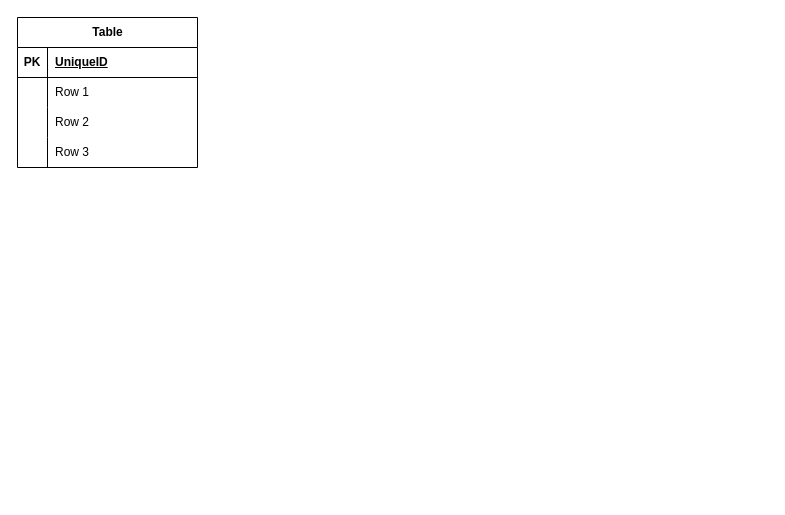
This is session-01/drawio/[ Khá ] Hệ thống Quản lý Đăng ký Môn học Đại học.drawio from DungDev12/JB-IOC-PTHB260407, a draw.io file, before an edit. Source tidied: cells renumbered, new cells numbered last; positions are measured from the earlier drawing's top-left corner, leaving out a move shared by most shapes. Both pictures are drawn from the tidied source at 100%, with x=0, y=0 at pixel (17, 17).
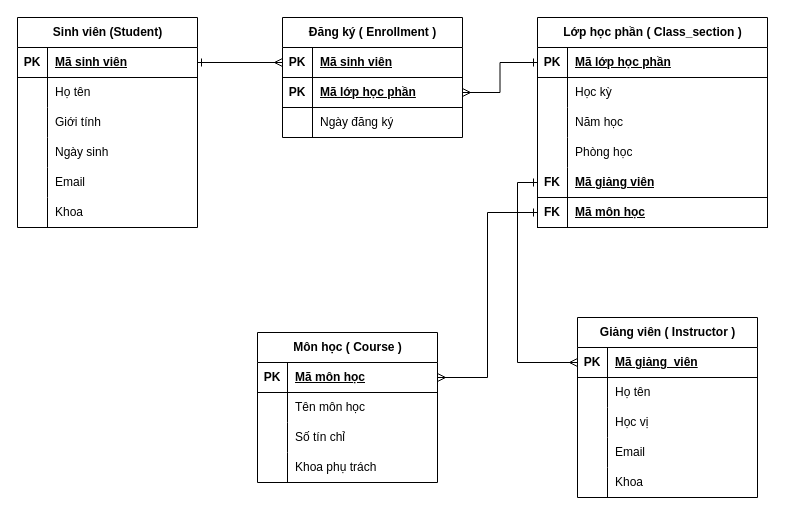
The same page after the edit.

Commit message (it also covers changes not shown here):
Pust homework session 01

Unchanged cells that the change refers to:
```xml
<mxCell id="3" style="shape=tableRow;horizontal=0;startSize=0;swimlaneHead=0;swimlaneBody=0;fillColor=none;points=[[0,0.5],[1,0.5]];portConstraint=eastwest;top=0;left=0;right=0;bottom=1;" parent="2" vertex="1">
  <mxGeometry y="30" width="180" height="30" as="geometry" />
</mxCell>
<mxCell id="6" style="shape=tableRow;horizontal=0;startSize=0;swimlaneHead=0;swimlaneBody=0;fillColor=none;top=0;left=0;right=0;bottom=0;" parent="2" vertex="1">
  <mxGeometry y="60" width="180" height="30" as="geometry" />
</mxCell>
<mxCell id="9" style="shape=tableRow;horizontal=0;startSize=0;swimlaneHead=0;swimlaneBody=0;fillColor=none;top=0;left=0;right=0;bottom=0;" parent="2" vertex="1">
  <mxGeometry y="90" width="180" height="30" as="geometry" />
</mxCell>
<mxCell id="12" style="shape=tableRow;horizontal=0;startSize=0;swimlaneHead=0;swimlaneBody=0;fillColor=none;top=0;left=0;right=0;bottom=0;" parent="2" vertex="1">
  <mxGeometry y="120" width="180" height="30" as="geometry" />
</mxCell>
```

What changed in the source:
```diff
@@
+    <mxCell id="15" value="Môn học ( Course )" style="shape=table;startSize=30;childLayout=tableLayout;rowLines=0;fontStyle=1;align=center;html=1;miterlimit=5;" parent="1" vertex="1">
+      <mxGeometry x="240" y="315" width="180" height="150" as="geometry" />
+    </mxCell>
+    <mxCell id="16" style="shape=tableRow;horizontal=0;startSize=0;swimlaneHead=0;swimlaneBody=0;fillColor=none;points=[[0,0.5],[1,0.5]];portConstraint=eastwest;top=0;left=0;right=0;bottom=1;" parent="15" vertex="1">
+      <mxGeometry y="30" width="180" height="30" as="geometry" />
+    </mxCell>
+    <mxCell id="17" value="PK" style="shape=partialRectangle;fillColor=none;top=0;left=0;bottom=0;right=0;fontStyle=1;overflow=hidden;whiteSpace=wrap;html=1;" parent="16" vertex="1">
+      <mxGeometry width="30" height="30" as="geometry" />
+    </mxCell>
+    <mxCell id="18" value="Mã môn học" style="shape=partialRectangle;fillColor=none;top=0;left=0;bottom=0;right=0;align=left;spacingLeft=6;fontStyle=5;overflow=hidden;whiteSpace=wrap;html=1;" parent="16" vertex="1">
+      <mxGeometry x="30" width="150" height="30" as="geometry" />
+    </mxCell>
+    <mxCell id="19" style="shape=tableRow;horizontal=0;startSize=0;swimlaneHead=0;swimlaneBody=0;fillColor=none;top=0;left=0;right=0;bottom=0;" parent="15" vertex="1">
+      <mxGeometry y="60" width="180" height="30" as="geometry" />
+    </mxCell>
+    <mxCell id="20" style="shape=partialRectangle;fillColor=none;top=0;left=0;bottom=0;right=0;overflow=hidden;whiteSpace=wrap;html=1;" parent="19" vertex="1">
+      <mxGeometry width="30" height="30" as="geometry" />
+    </mxCell>
+    <mxCell id="21" value="Tên môn học" style="shape=partialRectangle;fillColor=none;top=0;left=0;bottom=0;right=0;align=left;spacingLeft=6;overflow=hidden;whiteSpace=wrap;html=1;" parent="19" vertex="1">
+      <mxGeometry x="30" width="150" height="30" as="geometry" />
+    </mxCell>
+    <mxCell id="22" style="shape=tableRow;horizontal=0;startSize=0;swimlaneHead=0;swimlaneBody=0;fillColor=none;top=0;left=0;right=0;bottom=0;" parent="15" vertex="1">
+      <mxGeometry y="90" width="180" height="30" as="geometry" />
+    </mxCell>
+    <mxCell id="23" style="shape=partialRectangle;fillColor=none;top=0;left=0;bottom=0;right=0;overflow=hidden;whiteSpace=wrap;html=1;" parent="22" vertex="1">
+      <mxGeometry width="30" height="30" as="geometry" />
+    </mxCell>
+    <mxCell id="24" value="Số tín chỉ" style="shape=partialRectangle;fillColor=none;top=0;left=0;bottom=0;right=0;align=left;spacingLeft=6;overflow=hidden;whiteSpace=wrap;html=1;" parent="22" vertex="1">
+      <mxGeometry x="30" width="150" height="30" as="geometry" />
+    </mxCell>
+    <mxCell id="25" style="shape=tableRow;horizontal=0;startSize=0;swimlaneHead=0;swimlaneBody=0;fillColor=none;top=0;left=0;right=0;bottom=0;" parent="15" vertex="1">
+      <mxGeometry y="120" width="180" height="30" as="geometry" />
+    </mxCell>
+    <mxCell id="26" style="shape=partialRectangle;fillColor=none;top=0;left=0;bottom=0;right=0;overflow=hidden;whiteSpace=wrap;html=1;" parent="25" vertex="1">
+      <mxGeometry width="30" height="30" as="geometry" />
+    </mxCell>
+    <mxCell id="27" value="Khoa phụ trách" style="shape=partialRectangle;fillColor=none;top=0;left=0;bottom=0;right=0;align=left;spacingLeft=6;overflow=hidden;whiteSpace=wrap;html=1;" parent="25" vertex="1">
+      <mxGeometry x="30" width="150" height="30" as="geometry" />
+    </mxCell>
+    <mxCell id="28" value="Giảng viên ( Instructor )" style="shape=table;startSize=30;childLayout=tableLayout;rowLines=0;fontStyle=1;align=center;html=1;miterlimit=5;" parent="1" vertex="1">
+      <mxGeometry x="560" y="300" width="180" height="180" as="geometry" />
+    </mxCell>
+    <mxCell id="29" style="shape=tableRow;horizontal=0;startSize=0;swimlaneHead=0;swimlaneBody=0;fillColor=none;points=[[0,0.5],[1,0.5]];portConstraint=eastwest;top=0;left=0;right=0;bottom=1;" parent="28" vertex="1">
+      <mxGeometry y="30" width="180" height="30" as="geometry" />
+    </mxCell>
+    <mxCell id="30" value="PK" style="shape=partialRectangle;fillColor=none;top=0;left=0;bottom=0;right=0;fontStyle=1;overflow=hidden;whiteSpace=wrap;html=1;" parent="29" vertex="1">
+      <mxGeometry width="30" height="30" as="geometry" />
+    </mxCell>
+    <mxCell id="31" value="Mã giảng&amp;nbsp; viên" style="shape=partialRectangle;fillColor=none;top=0;left=0;bottom=0;right=0;align=left;spacingLeft=6;fontStyle=5;overflow=hidden;whiteSpace=wrap;html=1;" parent="29" vertex="1">
+      <mxGeometry x="30" width="150" height="30" as="geometry" />
+    </mxCell>
+    <mxCell id="32" style="shape=tableRow;horizontal=0;startSize=0;swimlaneHead=0;swimlaneBody=0;fillColor=none;top=0;left=0;right=0;bottom=0;" parent="28" vertex="1">
+      <mxGeometry y="60" width="180" height="30" as="geometry" />
+    </mxCell>
+    <mxCell id="33" style="shape=partialRectangle;fillColor=none;top=0;left=0;bottom=0;right=0;overflow=hidden;whiteSpace=wrap;html=1;" parent="32" vertex="1">
+      <mxGeometry width="30" height="30" as="geometry" />
+    </mxCell>
+    <mxCell id="34" value="Họ tên" style="shape=partialRectangle;fillColor=none;top=0;left=0;bottom=0;right=0;align=left;spacingLeft=6;overflow=hidden;whiteSpace=wrap;html=1;" parent="32" vertex="1">
+      <mxGeometry x="30" width="150" height="30" as="geometry" />
+    </mxCell>
+    <mxCell id="35" style="shape=tableRow;horizontal=0;startSize=0;swimlaneHead=0;swimlaneBody=0;fillColor=none;top=0;left=0;right=0;bottom=0;" parent="28" vertex="1">
+      <mxGeometry y="90" width="180" height="30" as="geometry" />
+    </mxCell>
+    <mxCell id="36" style="shape=partialRectangle;fillColor=none;top=0;left=0;bottom=0;right=0;overflow=hidden;whiteSpace=wrap;html=1;" parent="35" vertex="1">
+      <mxGeometry width="30" height="30" as="geometry" />
+    </mxCell>
+    <mxCell id="37" value="Học vị" style="shape=partialRectangle;fillColor=none;top=0;left=0;bottom=0;right=0;align=left;spacingLeft=6;overflow=hidden;whiteSpace=wrap;html=1;" parent="35" vertex="1">
+      <mxGeometry x="30" width="150" height="30" as="geometry" />
+    </mxCell>
+    <mxCell id="38" style="shape=tableRow;horizontal=0;startSize=0;swimlaneHead=0;swimlaneBody=0;fillColor=none;top=0;left=0;right=0;bottom=0;" parent="28" vertex="1">
+      <mxGeometry y="120" width="180" height="30" as="geometry" />
+    </mxCell>
+    <mxCell id="39" style="shape=partialRectangle;fillColor=none;top=0;left=0;bottom=0;right=0;overflow=hidden;whiteSpace=wrap;html=1;" parent="38" vertex="1">
+      <mxGeometry width="30" height="30" as="geometry" />
+    </mxCell>
+    <mxCell id="40" value="Email" style="shape=partialRectangle;fillColor=none;top=0;left=0;bottom=0;right=0;align=left;spacingLeft=6;overflow=hidden;whiteSpace=wrap;html=1;" parent="38" vertex="1">
+      <mxGeometry x="30" width="150" height="30" as="geometry" />
+    </mxCell>
+    <mxCell id="41" style="shape=tableRow;horizontal=0;startSize=0;swimlaneHead=0;swimlaneBody=0;fillColor=none;top=0;left=0;right=0;bottom=0;" parent="28" vertex="1">
+      <mxGeometry y="150" width="180" height="30" as="geometry" />
+    </mxCell>
+    <mxCell id="42" style="shape=partialRectangle;fillColor=none;top=0;left=0;bottom=0;right=0;overflow=hidden;whiteSpace=wrap;html=1;" parent="41" vertex="1">
+      <mxGeometry width="30" height="30" as="geometry" />
+    </mxCell>
+    <mxCell id="43" value="Khoa" style="shape=partialRectangle;fillColor=none;top=0;left=0;bottom=0;right=0;align=left;spacingLeft=6;overflow=hidden;whiteSpace=wrap;html=1;" parent="41" vertex="1">
+      <mxGeometry x="30" width="150" height="30" as="geometry" />
+    </mxCell>
+    <mxCell id="44" value="Lớp học phần ( Class_section )" style="shape=table;startSize=30;childLayout=tableLayout;rowLines=0;fontStyle=1;align=center;html=1;miterlimit=5;" parent="1" vertex="1">
+      <mxGeometry x="520" width="230" height="210" as="geometry" />
+    </mxCell>
+    <mxCell id="45" style="shape=tableRow;horizontal=0;startSize=0;swimlaneHead=0;swimlaneBody=0;fillColor=none;points=[[0,0.5],[1,0.5]];portConstraint=eastwest;top=0;left=0;right=0;bottom=1;" parent="44" vertex="1">
+      <mxGeometry y="30" width="230" height="30" as="geometry" />
+    </mxCell>
+    <mxCell id="46" value="PK" style="shape=partialRectangle;fillColor=none;top=0;left=0;bottom=0;right=0;fontStyle=1;overflow=hidden;whiteSpace=wrap;html=1;" parent="45" vertex="1">
+      <mxGeometry width="30" height="30" as="geometry" />
+    </mxCell>
+    <mxCell id="47" value="Mã lớp học phần" style="shape=partialRectangle;fillColor=none;top=0;left=0;bottom=0;right=0;align=left;spacingLeft=6;fontStyle=5;overflow=hidden;whiteSpace=wrap;html=1;" parent="45" vertex="1">
+      <mxGeometry x="30" width="200" height="30" as="geometry" />
+    </mxCell>
+    <mxCell id="48" style="shape=tableRow;horizontal=0;startSize=0;swimlaneHead=0;swimlaneBody=0;fillColor=none;top=0;left=0;right=0;bottom=0;" parent="44" vertex="1">
+      <mxGeometry y="60" width="230" height="30" as="geometry" />
+    </mxCell>
+    <mxCell id="49" style="shape=partialRectangle;fillColor=none;top=0;left=0;bottom=0;right=0;overflow=hidden;whiteSpace=wrap;html=1;" parent="48" vertex="1">
+      <mxGeometry width="30" height="30" as="geometry" />
+    </mxCell>
+    <mxCell id="50" value="Học kỳ" style="shape=partialRectangle;fillColor=none;top=0;left=0;bottom=0;right=0;align=left;spacingLeft=6;overflow=hidden;whiteSpace=wrap;html=1;" parent="48" vertex="1">
+      <mxGeometry x="30" width="200" height="30" as="geometry" />
+    </mxCell>
+    <mxCell id="51" style="shape=tableRow;horizontal=0;startSize=0;swimlaneHead=0;swimlaneBody=0;fillColor=none;top=0;left=0;right=0;bottom=0;" parent="44" vertex="1">
+      <mxGeometry y="90" width="230" height="30" as="geometry" />
+    </mxCell>
+    <mxCell id="52" style="shape=partialRectangle;fillColor=none;top=0;left=0;bottom=0;right=0;overflow=hidden;whiteSpace=wrap;html=1;" parent="51" vertex="1">
+      <mxGeometry width="30" height="30" as="geometry" />
+    </mxCell>
+    <mxCell id="53" value="Năm học" style="shape=partialRectangle;fillColor=none;top=0;left=0;bottom=0;right=0;align=left;spacingLeft=6;overflow=hidden;whiteSpace=wrap;html=1;" parent="51" vertex="1">
+      <mxGeometry x="30" width="200" height="30" as="geometry" />
+    </mxCell>
+    <mxCell id="54" style="shape=tableRow;horizontal=0;startSize=0;swimlaneHead=0;swimlaneBody=0;fillColor=none;top=0;left=0;right=0;bottom=0;" parent="44" vertex="1">
+      <mxGeometry y="120" width="230" height="30" as="geometry" />
+    </mxCell>
+    <mxCell id="55" style="shape=partialRectangle;fillColor=none;top=0;left=0;bottom=0;right=0;overflow=hidden;whiteSpace=wrap;html=1;" parent="54" vertex="1">
+      <mxGeometry width="30" height="30" as="geometry" />
+    </mxCell>
+    <mxCell id="56" value="Phòng học" style="shape=partialRectangle;fillColor=none;top=0;left=0;bottom=0;right=0;align=left;spacingLeft=6;overflow=hidden;whiteSpace=wrap;html=1;" parent="54" vertex="1">
+      <mxGeometry x="30" width="200" height="30" as="geometry" />
+    </mxCell>
+    <mxCell id="57" style="shape=tableRow;horizontal=0;startSize=0;swimlaneHead=0;swimlaneBody=0;fillColor=none;points=[[0,0.5],[1,0.5]];portConstraint=eastwest;top=0;left=0;right=0;bottom=1;" parent="44" vertex="1">
+      <mxGeometry y="150" width="230" height="30" as="geometry" />
+    </mxCell>
+    <mxCell id="58" value="FK" style="shape=partialRectangle;fillColor=none;top=0;left=0;bottom=0;right=0;fontStyle=1;overflow=hidden;whiteSpace=wrap;html=1;" parent="57" vertex="1">
+      <mxGeometry width="30" height="30" as="geometry" />
+    </mxCell>
+    <mxCell id="59" value="Mã giảng viên" style="shape=partialRectangle;fillColor=none;top=0;left=0;bottom=0;right=0;align=left;spacingLeft=6;fontStyle=5;overflow=hidden;whiteSpace=wrap;html=1;" parent="57" vertex="1">
+      <mxGeometry x="30" width="200" height="30" as="geometry" />
+    </mxCell>
+    <mxCell id="60" style="shape=tableRow;horizontal=0;startSize=0;swimlaneHead=0;swimlaneBody=0;fillColor=none;points=[[0,0.5],[1,0.5]];portConstraint=eastwest;top=0;left=0;right=0;bottom=1;" parent="44" vertex="1">
+      <mxGeometry y="180" width="230" height="30" as="geometry" />
+    </mxCell>
+    <mxCell id="61" value="FK" style="shape=partialRectangle;fillColor=none;top=0;left=0;bottom=0;right=0;fontStyle=1;overflow=hidden;whiteSpace=wrap;html=1;" parent="60" vertex="1">
+      <mxGeometry width="30" height="30" as="geometry" />
+    </mxCell>
+    <mxCell id="62" value="Mã môn học" style="shape=partialRectangle;fillColor=none;top=0;left=0;bottom=0;right=0;align=left;spacingLeft=6;fontStyle=5;overflow=hidden;whiteSpace=wrap;html=1;" parent="60" vertex="1">
+      <mxGeometry x="30" width="200" height="30" as="geometry" />
+    </mxCell>
+    <mxCell id="63" value="Đăng ký ( Enrollment )" style="shape=table;startSize=30;childLayout=tableLayout;rowLines=0;fontStyle=1;align=center;html=1;miterlimit=5;" parent="1" vertex="1">
+      <mxGeometry x="265" width="180" height="120" as="geometry" />
+    </mxCell>
+    <mxCell id="64" style="shape=tableRow;horizontal=0;startSize=0;swimlaneHead=0;swimlaneBody=0;fillColor=none;points=[[0,0.5],[1,0.5]];portConstraint=eastwest;top=0;left=0;right=0;bottom=1;" parent="63" vertex="1">
+      <mxGeometry y="30" width="180" height="30" as="geometry" />
+    </mxCell>
+    <mxCell id="65" value="PK" style="shape=partialRectangle;fillColor=none;top=0;left=0;bottom=0;right=0;fontStyle=1;overflow=hidden;whiteSpace=wrap;html=1;" parent="64" vertex="1">
+      <mxGeometry width="30" height="30" as="geometry" />
+    </mxCell>
+    <mxCell id="66" value="Mã sinh viên" style="shape=partialRectangle;fillColor=none;top=0;left=0;bottom=0;right=0;align=left;spacingLeft=6;fontStyle=5;overflow=hidden;whiteSpace=wrap;html=1;" parent="64" vertex="1">
+      <mxGeometry x="30" width="150" height="30" as="geometry" />
+    </mxCell>
+    <mxCell id="67" style="shape=tableRow;horizontal=0;startSize=0;swimlaneHead=0;swimlaneBody=0;fillColor=none;points=[[0,0.5],[1,0.5]];portConstraint=eastwest;top=0;left=0;right=0;bottom=1;" parent="63" vertex="1">
+      <mxGeometry y="60" width="180" height="30" as="geometry" />
+    </mxCell>
+    <mxCell id="68" value="PK" style="shape=partialRectangle;fillColor=none;top=0;left=0;bottom=0;right=0;fontStyle=1;overflow=hidden;whiteSpace=wrap;html=1;" parent="67" vertex="1">
+      <mxGeometry width="30" height="30" as="geometry" />
+    </mxCell>
+    <mxCell id="69" value="Mã lớp học phần" style="shape=partialRectangle;fillColor=none;top=0;left=0;bottom=0;right=0;align=left;spacingLeft=6;fontStyle=5;overflow=hidden;whiteSpace=wrap;html=1;" parent="67" vertex="1">
+      <mxGeometry x="30" width="150" height="30" as="geometry" />
+    </mxCell>
+    <mxCell id="70" style="shape=tableRow;horizontal=0;startSize=0;swimlaneHead=0;swimlaneBody=0;fillColor=none;top=0;left=0;right=0;bottom=0;" parent="63" vertex="1">
+      <mxGeometry y="90" width="180" height="30" as="geometry" />
+    </mxCell>
+    <mxCell id="71" style="shape=partialRectangle;fillColor=none;top=0;left=0;bottom=0;right=0;overflow=hidden;whiteSpace=wrap;html=1;" parent="70" vertex="1">
+      <mxGeometry width="30" height="30" as="geometry" />
+    </mxCell>
+    <mxCell id="72" value="Ngày đăng ký" style="shape=partialRectangle;fillColor=none;top=0;left=0;bottom=0;right=0;align=left;spacingLeft=6;overflow=hidden;whiteSpace=wrap;html=1;" parent="70" vertex="1">
+      <mxGeometry x="30" width="150" height="30" as="geometry" />
+    </mxCell>
-    <mxCell id="2" value="Table" style="shape=table;startSize=30;childLayout=tableLayout;rowLines=0;fontStyle=1;align=center;html=1;miterlimit=5;" parent="1" vertex="1">
-      <mxGeometry width="180" height="150" as="geometry" />
+    <mxCell id="2" value="Sinh viên (Student)" style="shape=table;startSize=30;childLayout=tableLayout;rowLines=0;fontStyle=1;align=center;html=1;miterlimit=5;" parent="1" vertex="1">
+      <mxGeometry width="180" height="210" as="geometry" />
     </mxCell>
@@
-    <mxCell id="5" value="UniqueID" style="shape=partialRectangle;fillColor=none;top=0;left=0;bottom=0;right=0;align=left;spacingLeft=6;fontStyle=5;overflow=hidden;whiteSpace=wrap;html=1;" parent="3" vertex="1">
+    <mxCell id="5" value="Mã sinh viên" style="shape=partialRectangle;fillColor=none;top=0;left=0;bottom=0;right=0;align=left;spacingLeft=6;fontStyle=5;overflow=hidden;whiteSpace=wrap;html=1;" parent="3" vertex="1">
       <mxGeometry x="30" width="150" height="30" as="geometry" />
     </mxCell>
@@
-    <mxCell id="8" value="Row 1" style="shape=partialRectangle;fillColor=none;top=0;left=0;bottom=0;right=0;align=left;spacingLeft=6;overflow=hidden;whiteSpace=wrap;html=1;" parent="6" vertex="1">
+    <mxCell id="8" value="Họ tên" style="shape=partialRectangle;fillColor=none;top=0;left=0;bottom=0;right=0;align=left;spacingLeft=6;overflow=hidden;whiteSpace=wrap;html=1;" parent="6" vertex="1">
       <mxGeometry x="30" width="150" height="30" as="geometry" />
     </mxCell>
@@
-    <mxCell id="11" value="Row 2" style="shape=partialRectangle;fillColor=none;top=0;left=0;bottom=0;right=0;align=left;spacingLeft=6;overflow=hidden;whiteSpace=wrap;html=1;" parent="9" vertex="1">
+    <mxCell id="11" value="Giới tính" style="shape=partialRectangle;fillColor=none;top=0;left=0;bottom=0;right=0;align=left;spacingLeft=6;overflow=hidden;whiteSpace=wrap;html=1;" parent="9" vertex="1">
       <mxGeometry x="30" width="150" height="30" as="geometry" />
     </mxCell>
@@
-    <mxCell id="14" value="Row 3" style="shape=partialRectangle;fillColor=none;top=0;left=0;bottom=0;right=0;align=left;spacingLeft=6;overflow=hidden;whiteSpace=wrap;html=1;" parent="12" vertex="1">
+    <mxCell id="14" value="Ngày sinh" style="shape=partialRectangle;fillColor=none;top=0;left=0;bottom=0;right=0;align=left;spacingLeft=6;overflow=hidden;whiteSpace=wrap;html=1;" parent="12" vertex="1">
       <mxGeometry x="30" width="150" height="30" as="geometry" />
     </mxCell>
+    <mxCell id="73" style="shape=tableRow;horizontal=0;startSize=0;swimlaneHead=0;swimlaneBody=0;fillColor=none;top=0;left=0;right=0;bottom=0;" parent="2" vertex="1">
+      <mxGeometry y="150" width="180" height="30" as="geometry" />
+    </mxCell>
+    <mxCell id="74" style="shape=partialRectangle;fillColor=none;top=0;left=0;bottom=0;right=0;overflow=hidden;whiteSpace=wrap;html=1;" parent="73" vertex="1">
+      <mxGeometry width="30" height="30" as="geometry" />
+    </mxCell>
+    <mxCell id="75" value="Email" style="shape=partialRectangle;fillColor=none;top=0;left=0;bottom=0;right=0;align=left;spacingLeft=6;overflow=hidden;whiteSpace=wrap;html=1;" parent="73" vertex="1">
+      <mxGeometry x="30" width="150" height="30" as="geometry" />
+    </mxCell>
+    <mxCell id="76" style="shape=tableRow;horizontal=0;startSize=0;swimlaneHead=0;swimlaneBody=0;fillColor=none;top=0;left=0;right=0;bottom=0;" parent="2" vertex="1">
+      <mxGeometry y="180" width="180" height="30" as="geometry" />
+    </mxCell>
+    <mxCell id="77" style="shape=partialRectangle;fillColor=none;top=0;left=0;bottom=0;right=0;overflow=hidden;whiteSpace=wrap;html=1;" parent="76" vertex="1">
+      <mxGeometry width="30" height="30" as="geometry" />
+    </mxCell>
+    <mxCell id="78" value="Khoa" style="shape=partialRectangle;fillColor=none;top=0;left=0;bottom=0;right=0;align=left;spacingLeft=6;overflow=hidden;whiteSpace=wrap;html=1;" parent="76" vertex="1">
+      <mxGeometry x="30" width="150" height="30" as="geometry" />
+    </mxCell>
+    <mxCell id="79" style="edgeStyle=orthogonalEdgeStyle;rounded=0;jettySize=auto;html=1;entryX=0;entryY=0.5;entryDx=0;entryDy=0;endArrow=ERmany;endFill=0;startArrow=ERone;startFill=0;" parent="1" edge="1" source="3" target="64">
+      <mxGeometry relative="1" as="geometry" />
+    </mxCell>
+    <mxCell id="80" style="edgeStyle=orthogonalEdgeStyle;rounded=0;jettySize=auto;html=1;entryX=1;entryY=0.5;entryDx=0;entryDy=0;endArrow=ERmany;endFill=0;startArrow=ERone;startFill=0;" parent="1" edge="1" source="45" target="67">
+      <mxGeometry relative="1" as="geometry" />
+    </mxCell>
+    <mxCell id="81" style="edgeStyle=orthogonalEdgeStyle;rounded=0;jettySize=auto;html=1;entryX=0;entryY=0.5;entryDx=0;entryDy=0;endArrow=ERone;endFill=0;startArrow=ERmany;startFill=0;" parent="1" edge="1" source="29" target="57">
+      <mxGeometry relative="1" as="geometry">
+        <Array as="points">
+          <mxPoint x="500" y="345" />
+          <mxPoint x="500" y="165" />
+        </Array>
+      </mxGeometry>
+    </mxCell>
+    <mxCell id="82" style="edgeStyle=orthogonalEdgeStyle;rounded=0;jettySize=auto;html=1;entryX=0;entryY=0.5;entryDx=0;entryDy=0;endArrow=ERone;endFill=0;startArrow=ERmany;startFill=0;" parent="1" edge="1" source="16" target="60">
+      <mxGeometry relative="1" as="geometry" />
+    </mxCell>
```
